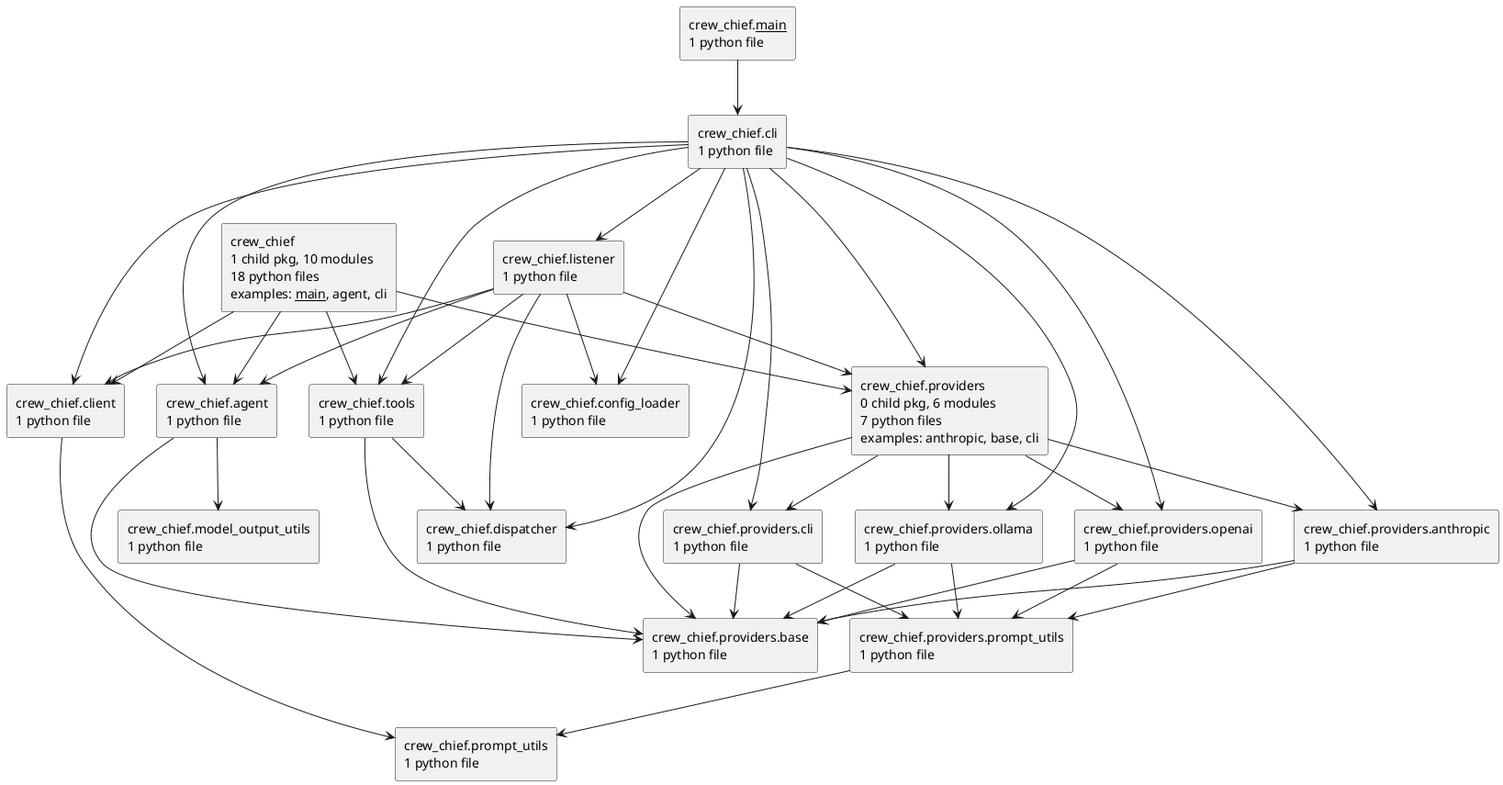
casonk/crew-chief keeps this PlantUML diagram as docs/diagrams/python-packages.puml.png. Above is the earlier version. Its diagram source:
```plantuml
@startuml packages_crew-chief
set namespaceSeparator none
top to bottom direction
skinparam componentStyle rectangle
rectangle "crew_chief\n1 child pkg, 10 modules\n18 python files\nexamples: __main__, agent, cli" as crew_chief
rectangle "crew_chief.__main__\n1 python file" as crew_chief.__main__
rectangle "crew_chief.agent\n1 python file" as crew_chief.agent
rectangle "crew_chief.cli\n1 python file" as crew_chief.cli
rectangle "crew_chief.client\n1 python file" as crew_chief.client
rectangle "crew_chief.config_loader\n1 python file" as crew_chief.config_loader
rectangle "crew_chief.dispatcher\n1 python file" as crew_chief.dispatcher
rectangle "crew_chief.listener\n1 python file" as crew_chief.listener
rectangle "crew_chief.model_output_utils\n1 python file" as crew_chief.model_output_utils
rectangle "crew_chief.prompt_utils\n1 python file" as crew_chief.prompt_utils
rectangle "crew_chief.providers\n0 child pkg, 6 modules\n7 python files\nexamples: anthropic, base, cli" as crew_chief.providers
rectangle "crew_chief.providers.anthropic\n1 python file" as crew_chief.providers.anthropic
rectangle "crew_chief.providers.base\n1 python file" as crew_chief.providers.base
rectangle "crew_chief.providers.cli\n1 python file" as crew_chief.providers.cli
rectangle "crew_chief.providers.ollama\n1 python file" as crew_chief.providers.ollama
rectangle "crew_chief.providers.openai\n1 python file" as crew_chief.providers.openai
rectangle "crew_chief.providers.prompt_utils\n1 python file" as crew_chief.providers.prompt_utils
rectangle "crew_chief.tools\n1 python file" as crew_chief.tools
crew_chief --> crew_chief.agent
crew_chief --> crew_chief.client
crew_chief --> crew_chief.providers
crew_chief --> crew_chief.tools
crew_chief.__main__ --> crew_chief.cli
crew_chief.agent --> crew_chief.model_output_utils
crew_chief.agent --> crew_chief.providers.base
crew_chief.cli --> crew_chief.agent
crew_chief.cli --> crew_chief.client
crew_chief.cli --> crew_chief.config_loader
crew_chief.cli --> crew_chief.dispatcher
crew_chief.cli --> crew_chief.listener
crew_chief.cli --> crew_chief.providers
crew_chief.cli --> crew_chief.providers.anthropic
crew_chief.cli --> crew_chief.providers.cli
crew_chief.cli --> crew_chief.providers.ollama
crew_chief.cli --> crew_chief.providers.openai
crew_chief.cli --> crew_chief.tools
crew_chief.client --> crew_chief.prompt_utils
crew_chief.listener --> crew_chief.agent
crew_chief.listener --> crew_chief.client
crew_chief.listener --> crew_chief.config_loader
crew_chief.listener --> crew_chief.dispatcher
crew_chief.listener --> crew_chief.providers
crew_chief.listener --> crew_chief.tools
crew_chief.providers --> crew_chief.providers.anthropic
crew_chief.providers --> crew_chief.providers.base
crew_chief.providers --> crew_chief.providers.cli
crew_chief.providers --> crew_chief.providers.ollama
crew_chief.providers --> crew_chief.providers.openai
crew_chief.providers.anthropic --> crew_chief.providers.base
crew_chief.providers.anthropic --> crew_chief.providers.prompt_utils
crew_chief.providers.cli --> crew_chief.providers.base
crew_chief.providers.cli --> crew_chief.providers.prompt_utils
crew_chief.providers.ollama --> crew_chief.providers.base
crew_chief.providers.ollama --> crew_chief.providers.prompt_utils
crew_chief.providers.openai --> crew_chief.providers.base
crew_chief.providers.openai --> crew_chief.providers.prompt_utils
crew_chief.providers.prompt_utils --> crew_chief.prompt_utils
crew_chief.tools --> crew_chief.dispatcher
crew_chief.tools --> crew_chief.providers.base
@enduml
```
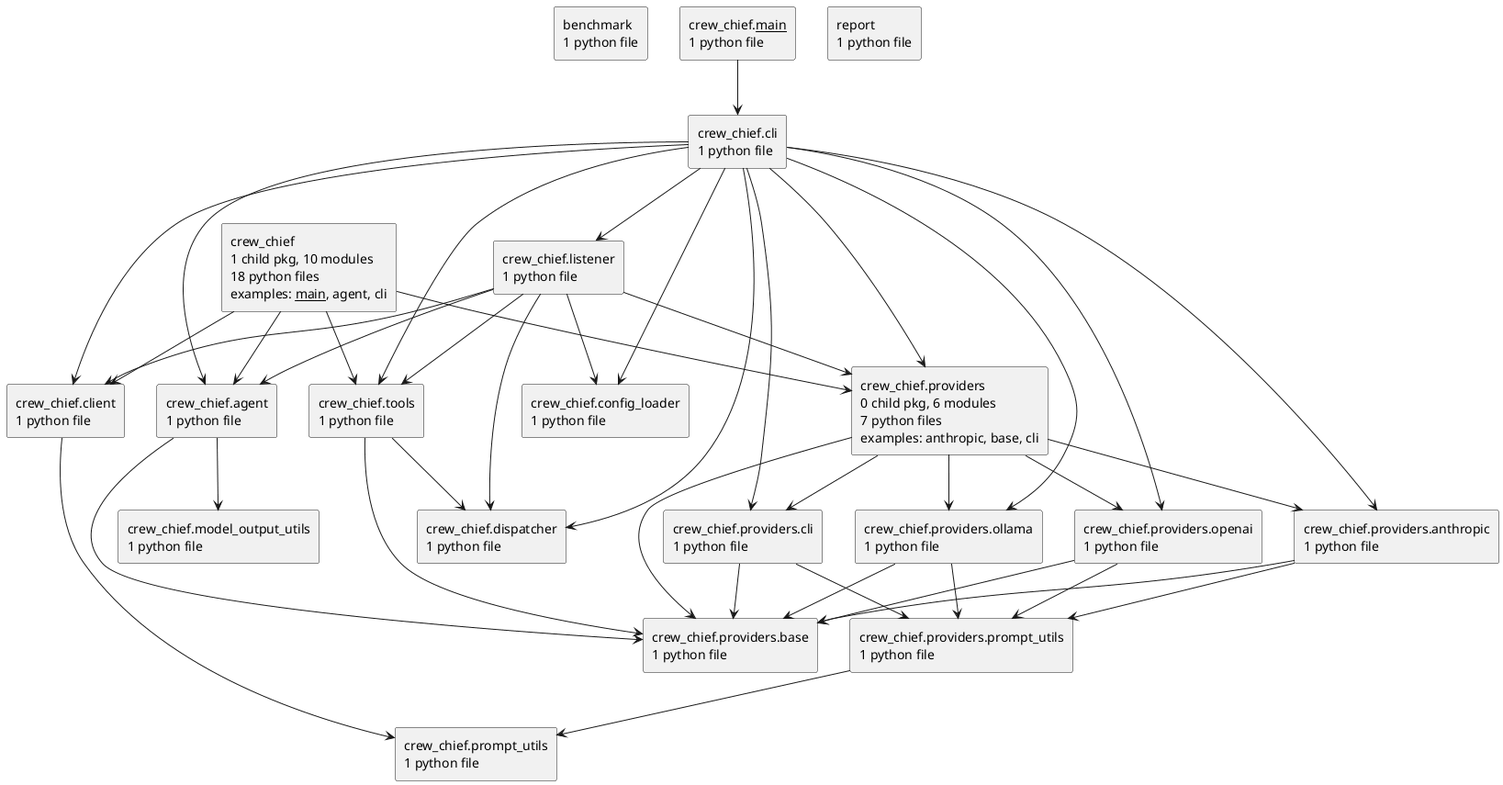
After the change.

Change to the diagram source:
```diff
@@ -2,6 +2,7 @@
 set namespaceSeparator none
 top to bottom direction
 skinparam componentStyle rectangle
+rectangle "benchmark\n1 python file" as benchmark
 rectangle "crew_chief\n1 child pkg, 10 modules\n18 python files\nexamples: __main__, agent, cli" as crew_chief
 rectangle "crew_chief.__main__\n1 python file" as crew_chief.__main__
 rectangle "crew_chief.agent\n1 python file" as crew_chief.agent
@@ -20,6 +21,7 @@
 rectangle "crew_chief.providers.openai\n1 python file" as crew_chief.providers.openai
 rectangle "crew_chief.providers.prompt_utils\n1 python file" as crew_chief.providers.prompt_utils
 rectangle "crew_chief.tools\n1 python file" as crew_chief.tools
+rectangle "report\n1 python file" as report
 crew_chief --> crew_chief.agent
 crew_chief --> crew_chief.client
 crew_chief --> crew_chief.providers
```
